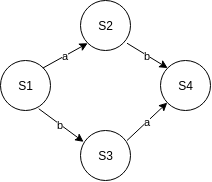
Earlier version of the draw.io export resource/independent-events.png (nguyenduyhieukma/from-Blockchain-to-Bitcoin). Source tidied: cells renumbered, new cells last; positions are measured from the earlier drawing's top-left corner, leaving out a move shared by most shapes. The source it was exported from:
```xml
<mxGraphModel>
  <root>
    <mxCell id="0" />
    <mxCell id="1" parent="0" />
    <mxCell id="2" value="S1" style="ellipse;whiteSpace=wrap;html=1;" parent="1" vertex="1">
      <mxGeometry y="60" width="50" height="50" as="geometry" />
    </mxCell>
    <mxCell id="3" value="S4" style="ellipse;whiteSpace=wrap;html=1;" parent="1" vertex="1">
      <mxGeometry x="160" y="60" width="50" height="50" as="geometry" />
    </mxCell>
    <mxCell id="4" value="S3" style="ellipse;whiteSpace=wrap;html=1;" parent="1" vertex="1">
      <mxGeometry x="80" y="130" width="50" height="50" as="geometry" />
    </mxCell>
    <mxCell id="5" value="a" style="endArrow=classic;html=1;exitX=1;exitY=0;exitDx=0;exitDy=0;fontSize=11;entryX=0;entryY=1;entryDx=0;entryDy=0;" parent="1" edge="1" source="2" target="9">
      <mxGeometry relative="1" as="geometry" />
    </mxCell>
    <mxCell id="6" value="b" style="endArrow=classic;html=1;entryX=0.068;entryY=0.222;entryDx=0;entryDy=0;exitX=0.771;exitY=0.964;exitDx=0;exitDy=0;exitPerimeter=0;entryPerimeter=0;" parent="1" edge="1" source="2" target="4">
      <mxGeometry relative="1" as="geometry" />
    </mxCell>
    <mxCell id="7" value="a" style="endArrow=classic;html=1;exitX=0.933;exitY=0.202;exitDx=0;exitDy=0;exitPerimeter=0;" parent="1" edge="1" source="4" target="3">
      <mxGeometry relative="1" as="geometry" />
    </mxCell>
    <mxCell id="8" value="b" style="endArrow=classic;html=1;entryX=0;entryY=0;entryDx=0;entryDy=0;exitX=0.933;exitY=0.859;exitDx=0;exitDy=0;exitPerimeter=0;" parent="1" edge="1" source="9" target="3">
      <mxGeometry relative="1" as="geometry" />
    </mxCell>
    <mxCell id="9" value="S2" style="ellipse;whiteSpace=wrap;html=1;" parent="1" vertex="1">
      <mxGeometry x="80" width="50" height="50" as="geometry" />
    </mxCell>
  </root>
</mxGraphModel>
```
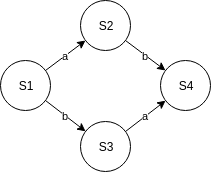
The same diagram one commit later.

Change to the diagram source:
```diff
@@ -9,18 +9,18 @@
       <mxGeometry x="160" y="60" width="50" height="50" as="geometry" />
     </mxCell>
     <mxCell id="4" value="S3" style="ellipse;whiteSpace=wrap;html=1;" parent="1" vertex="1">
-      <mxGeometry x="80" y="130" width="50" height="50" as="geometry" />
+      <mxGeometry x="80" y="121" width="50" height="50" as="geometry" />
     </mxCell>
-    <mxCell id="5" value="a" style="endArrow=classic;html=1;exitX=1;exitY=0;exitDx=0;exitDy=0;fontSize=11;entryX=0;entryY=1;entryDx=0;entryDy=0;" parent="1" edge="1" source="2" target="9">
+    <mxCell id="5" value="a" style="endArrow=classic;html=1;fontSize=11;" parent="1" edge="1" source="2" target="9">
       <mxGeometry relative="1" as="geometry" />
     </mxCell>
-    <mxCell id="6" value="b" style="endArrow=classic;html=1;entryX=0.068;entryY=0.222;entryDx=0;entryDy=0;exitX=0.771;exitY=0.964;exitDx=0;exitDy=0;exitPerimeter=0;entryPerimeter=0;" parent="1" edge="1" source="2" target="4">
+    <mxCell id="6" value="b" style="endArrow=classic;html=1;" parent="1" edge="1" source="2" target="4">
       <mxGeometry relative="1" as="geometry" />
     </mxCell>
-    <mxCell id="7" value="a" style="endArrow=classic;html=1;exitX=0.933;exitY=0.202;exitDx=0;exitDy=0;exitPerimeter=0;" parent="1" edge="1" source="4" target="3">
+    <mxCell id="7" value="a" style="endArrow=classic;html=1;" parent="1" edge="1" source="4" target="3">
       <mxGeometry relative="1" as="geometry" />
     </mxCell>
-    <mxCell id="8" value="b" style="endArrow=classic;html=1;entryX=0;entryY=0;entryDx=0;entryDy=0;exitX=0.933;exitY=0.859;exitDx=0;exitDy=0;exitPerimeter=0;" parent="1" edge="1" source="9" target="3">
+    <mxCell id="8" value="b" style="endArrow=classic;html=1;" parent="1" edge="1" source="9" target="3">
       <mxGeometry relative="1" as="geometry" />
     </mxCell>
     <mxCell id="9" value="S2" style="ellipse;whiteSpace=wrap;html=1;" parent="1" vertex="1">
```
